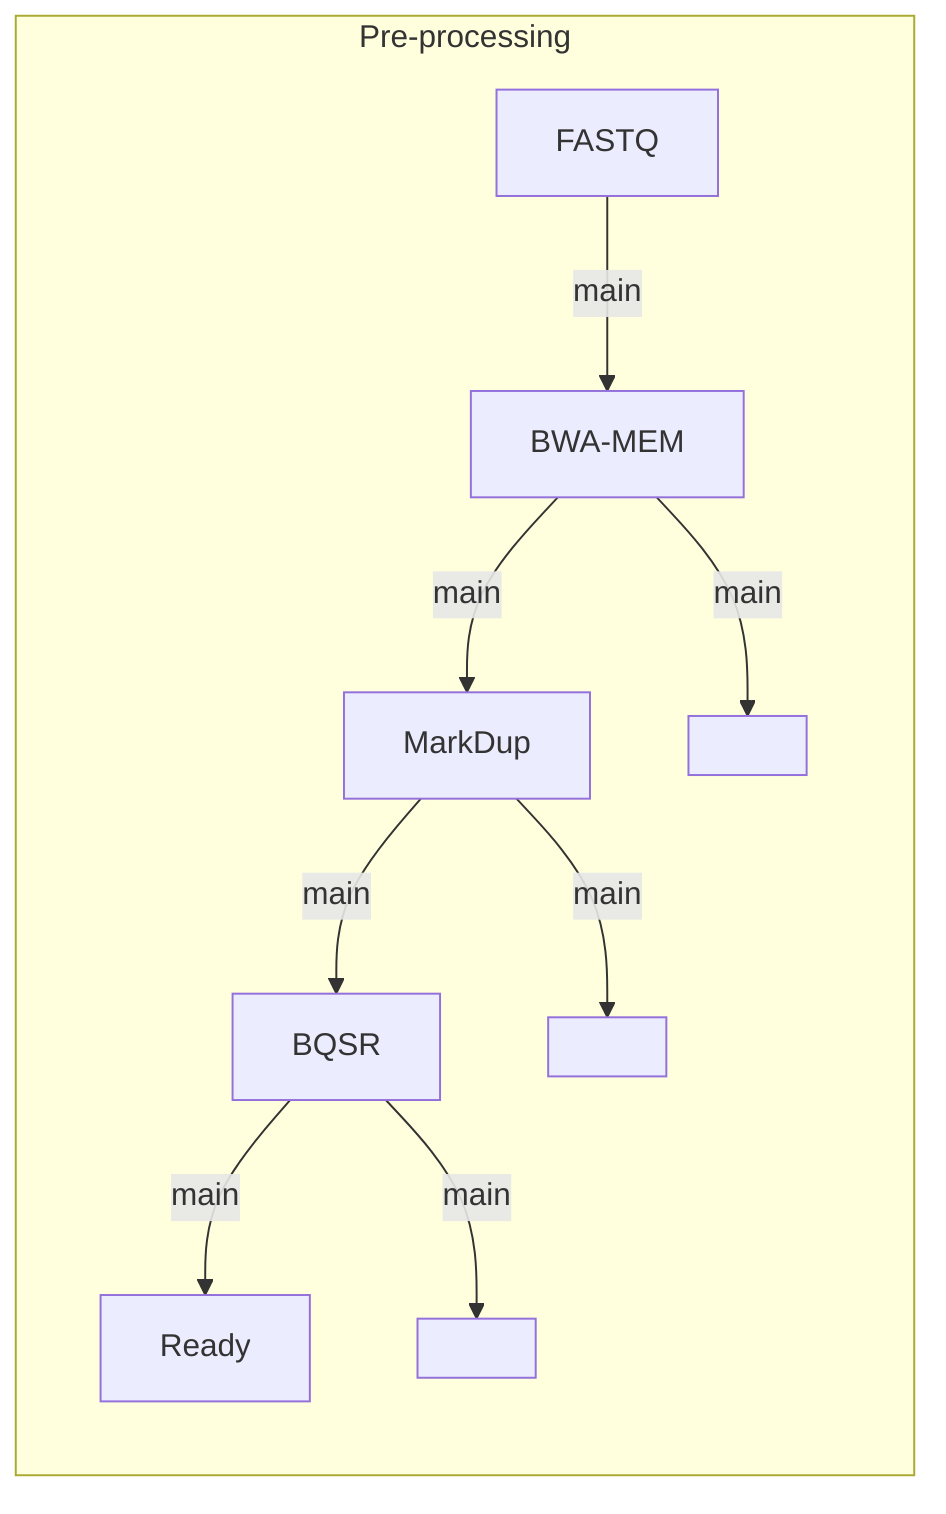
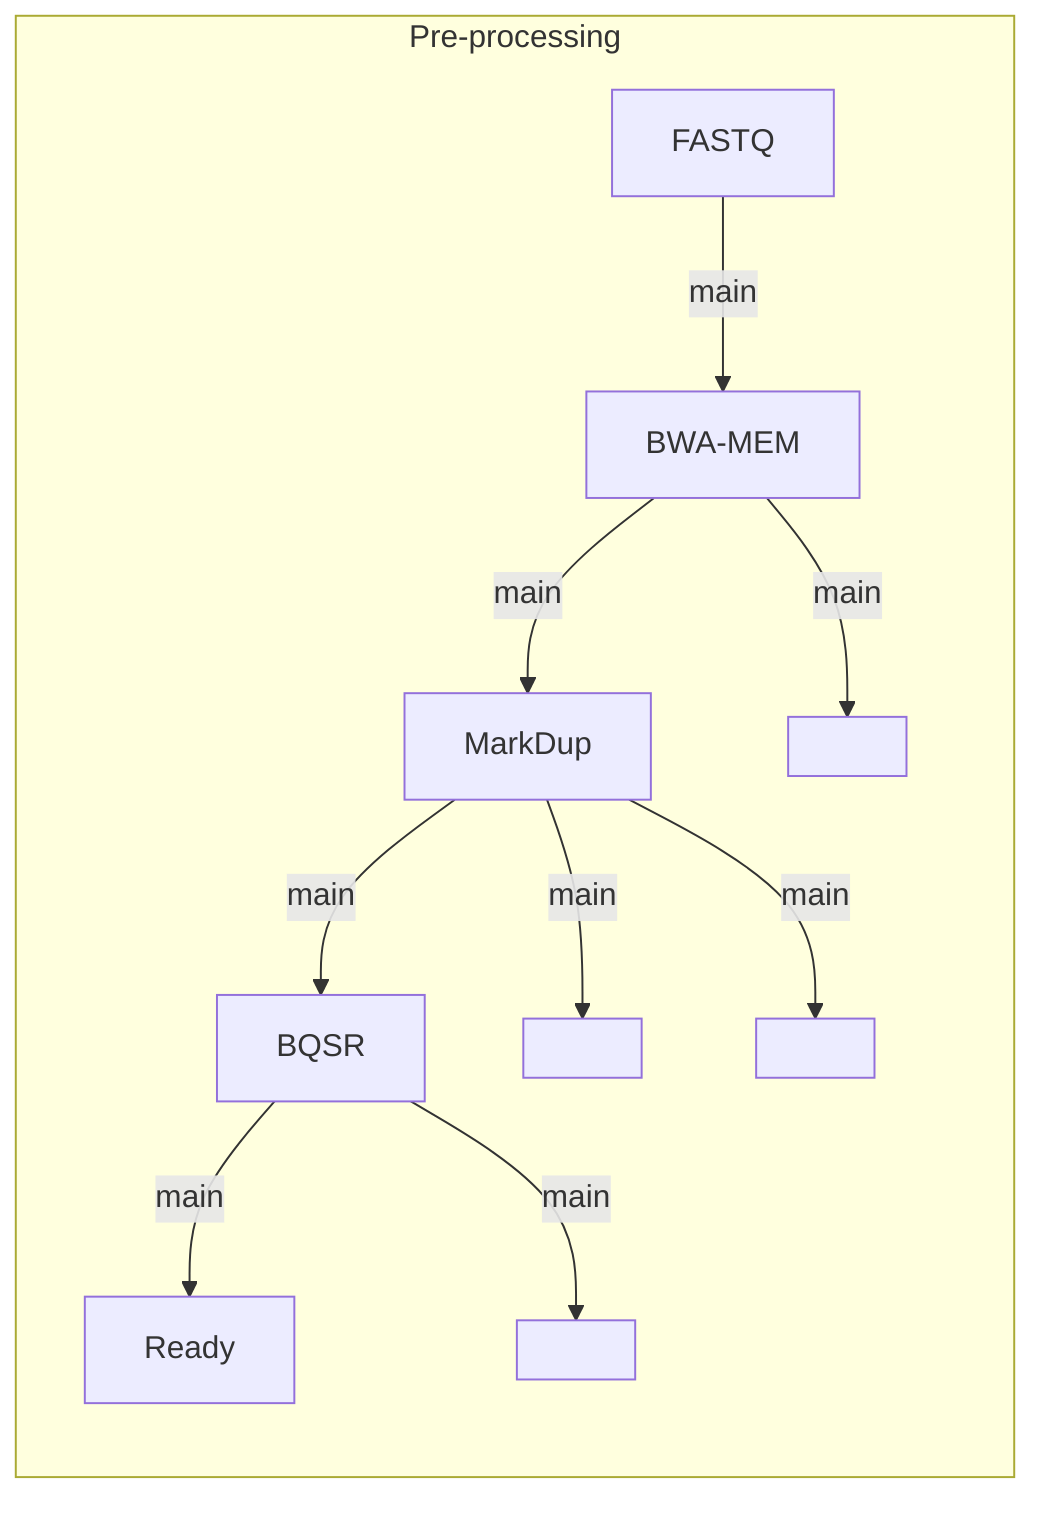
%%metro title: Off-track outputs
%%metro line: main | Pre-processing | #3b82f6
- %%metro off_track: bam_mapped, cram_md, cram_recal
+ %%metro off_track: bam_mapped, dedup_cram, dup_metrics, recal_cram
%%metro file: bam_mapped | BAM
- %%metro file: cram_md | CRAM
- %%metro file: cram_recal | CRAM
+ %%metro file: dedup_cram | CRAM
+ %%metro file: dup_metrics | TXT
+ %%metro file: recal_cram | CRAM

graph LR
    subgraph preprocess [Pre-processing]
        fastq[FASTQ]
        bwa[BWA-MEM]
        markdup[MarkDup]
        bqsr[BQSR]
        ready[Ready]
        fastq -->|main| bwa
        bwa -->|main| markdup
        markdup -->|main| bqsr
        bqsr -->|main| ready
        bwa -->|main| bam_mapped
        bam_mapped[ ]
-         markdup -->|main| cram_md
-         cram_md[ ]
-         bqsr -->|main| cram_recal
-         cram_recal[ ]
+         markdup -->|main| dedup_cram
+         dedup_cram[ ]
+         markdup -->|main| dup_metrics
+         dup_metrics[ ]
+         bqsr -->|main| recal_cram
+         recal_cram[ ]
    end
